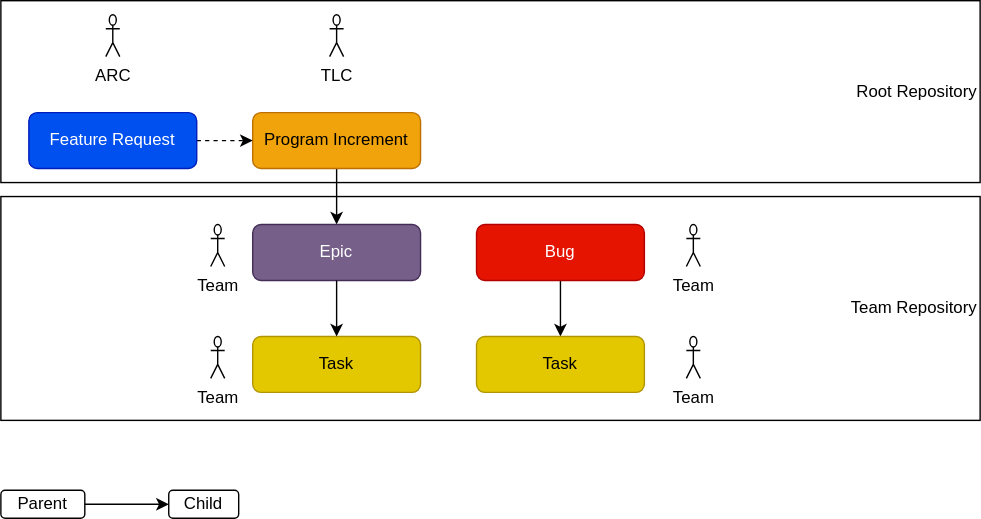
eclipse-score/score keeps this draw.io diagram as docs/platform_management_plan/_assets/issue_types.drawio.svg. Above is the earlier version. Source tidied: cells renumbered, new cells last; positions are measured from the earlier drawing's top-left corner, leaving out a move shared by most shapes.
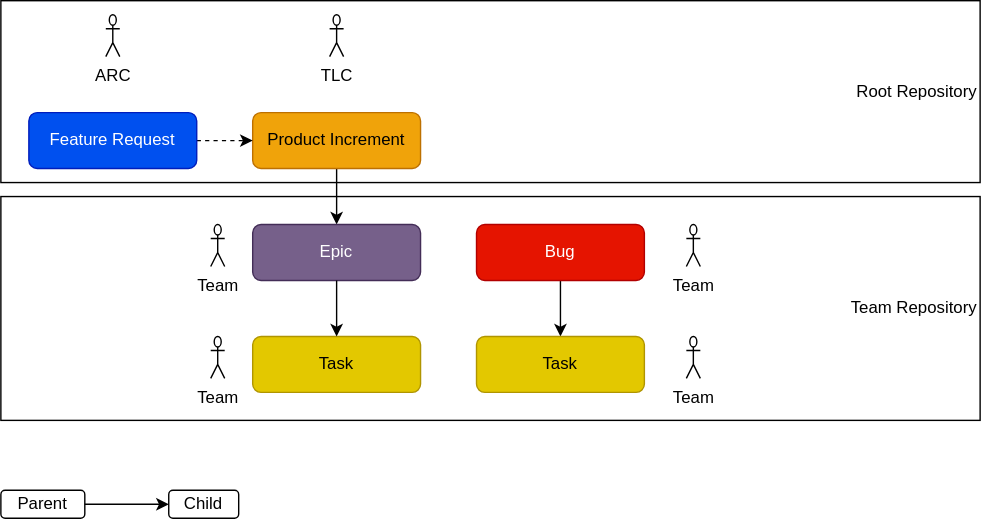
The same diagram one commit later.

Commit message:
Program -> Product Increment

What changed in the source:
```diff
@@ -11,7 +11,7 @@
     <mxCell id="4" style="edgeStyle=none;html=1;exitX=0.5;exitY=1;exitDx=0;exitDy=0;entryX=0.5;entryY=0;entryDx=0;entryDy=0;" parent="1" edge="1" source="5" target="6">
       <mxGeometry relative="1" as="geometry" />
     </mxCell>
-    <mxCell id="5" value="Program Increment" style="rounded=1;whiteSpace=wrap;html=1;fillColor=#f0a30a;fontColor=#000000;strokeColor=#BD7000;" parent="1" vertex="1">
+    <mxCell id="5" value="Product Increment" style="rounded=1;whiteSpace=wrap;html=1;fillColor=#f0a30a;fontColor=#000000;strokeColor=#BD7000;" parent="1" vertex="1">
       <mxGeometry x="180" y="80" width="120" height="40" as="geometry" />
     </mxCell>
     <mxCell id="6" value="Epic" style="rounded=1;whiteSpace=wrap;html=1;fillColor=#76608a;fontColor=#ffffff;strokeColor=#432D57;" parent="1" vertex="1">
```
